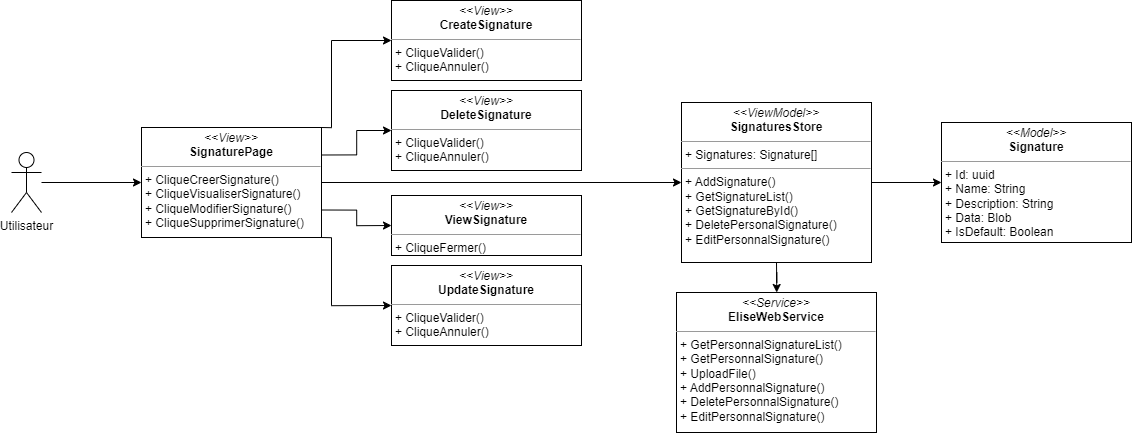
This is images_pfe/dcc_spint2.png from PFE-Neoledge-2023/rapport, a draw.io export, as it was before one commit. Source tidied: cells renumbered, new cells last; positions are measured from the earlier drawing's top-left corner, leaving out a move shared by most shapes.
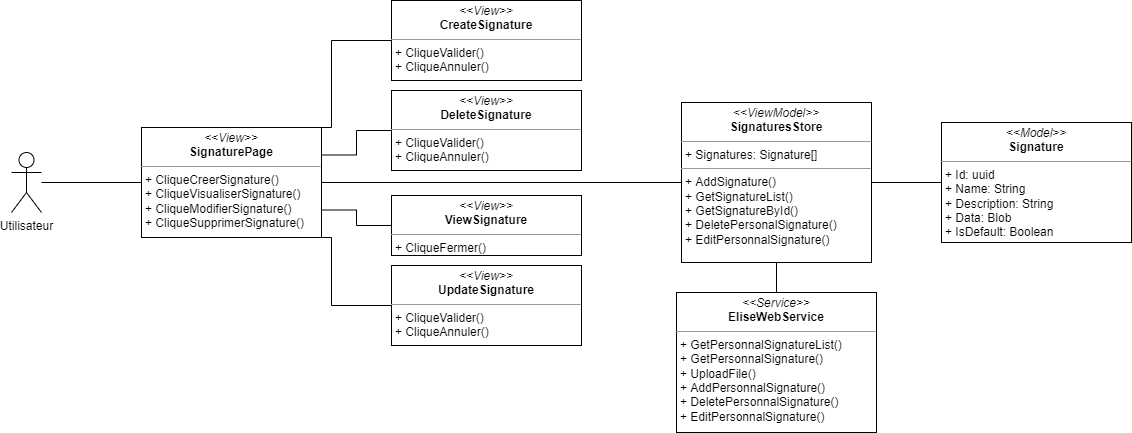
The same diagram one commit later.

The edit, as a diff of the source:
```diff
@@ -2,19 +2,19 @@
   <root>
     <mxCell id="0" />
     <mxCell id="1" parent="0" />
-    <mxCell id="2" style="edgeStyle=orthogonalEdgeStyle;rounded=0;jettySize=auto;html=1;entryX=0;entryY=0.5;entryDx=0;entryDy=0;" parent="1" edge="1" source="3" target="9">
+    <mxCell id="2" style="edgeStyle=orthogonalEdgeStyle;rounded=0;jettySize=auto;html=1;entryX=0;entryY=0.5;entryDx=0;entryDy=0;endArrow=none;endFill=0;" parent="1" edge="1" source="3" target="9">
       <mxGeometry relative="1" as="geometry" />
     </mxCell>
     <mxCell id="3" value="Utilisateur" style="shape=umlActor;verticalLabelPosition=bottom;verticalAlign=top;html=1;outlineConnect=0;" parent="1" vertex="1">
       <mxGeometry y="152" width="30" height="60" as="geometry" />
     </mxCell>
-    <mxCell id="4" style="edgeStyle=orthogonalEdgeStyle;rounded=0;jettySize=auto;html=1;entryX=0;entryY=0.5;entryDx=0;entryDy=0;startArrow=none;startFill=0;" parent="1" edge="1" source="9" target="11">
+    <mxCell id="4" style="edgeStyle=orthogonalEdgeStyle;rounded=0;jettySize=auto;html=1;entryX=0;entryY=0.5;entryDx=0;entryDy=0;startArrow=none;startFill=0;endArrow=none;endFill=0;" parent="1" edge="1" source="9" target="11">
       <mxGeometry relative="1" as="geometry" />
     </mxCell>
-    <mxCell id="5" style="edgeStyle=orthogonalEdgeStyle;html=1;exitX=1;exitY=0.25;exitDx=0;exitDy=0;entryX=0;entryY=0.5;entryDx=0;entryDy=0;startArrow=none;startFill=0;endArrow=classic;endFill=1;rounded=0;" parent="1" edge="1" source="9" target="14">
+    <mxCell id="5" style="edgeStyle=orthogonalEdgeStyle;html=1;exitX=1;exitY=0.25;exitDx=0;exitDy=0;entryX=0;entryY=0.5;entryDx=0;entryDy=0;startArrow=none;startFill=0;endArrow=none;endFill=0;rounded=0;" parent="1" edge="1" source="9" target="14">
       <mxGeometry relative="1" as="geometry" />
     </mxCell>
-    <mxCell id="6" style="edgeStyle=orthogonalEdgeStyle;rounded=0;html=1;exitX=1;exitY=0;exitDx=0;exitDy=0;entryX=0;entryY=0.5;entryDx=0;entryDy=0;startArrow=none;startFill=0;endArrow=classic;endFill=1;" parent="1" edge="1" source="9" target="12">
+    <mxCell id="6" style="edgeStyle=orthogonalEdgeStyle;rounded=0;html=1;exitX=1;exitY=0;exitDx=0;exitDy=0;entryX=0;entryY=0.5;entryDx=0;entryDy=0;startArrow=none;startFill=0;endArrow=none;endFill=0;" parent="1" edge="1" source="9" target="12">
       <mxGeometry relative="1" as="geometry">
         <Array as="points">
           <mxPoint x="320" y="127" />
@@ -22,10 +22,10 @@
         </Array>
       </mxGeometry>
     </mxCell>
-    <mxCell id="7" style="edgeStyle=orthogonalEdgeStyle;rounded=0;html=1;exitX=1;exitY=0.75;exitDx=0;exitDy=0;entryX=0;entryY=0.5;entryDx=0;entryDy=0;startArrow=none;startFill=0;endArrow=classic;endFill=1;" parent="1" edge="1" source="9" target="15">
+    <mxCell id="7" style="edgeStyle=orthogonalEdgeStyle;rounded=0;html=1;exitX=1;exitY=0.75;exitDx=0;exitDy=0;entryX=0;entryY=0.5;entryDx=0;entryDy=0;startArrow=none;startFill=0;endArrow=none;endFill=0;" parent="1" edge="1" source="9" target="15">
       <mxGeometry relative="1" as="geometry" />
     </mxCell>
-    <mxCell id="8" style="edgeStyle=orthogonalEdgeStyle;rounded=0;html=1;exitX=1;exitY=1;exitDx=0;exitDy=0;entryX=0;entryY=0.5;entryDx=0;entryDy=0;startArrow=none;startFill=0;endArrow=classic;endFill=1;" parent="1" edge="1" source="9" target="13">
+    <mxCell id="8" style="edgeStyle=orthogonalEdgeStyle;rounded=0;html=1;exitX=1;exitY=1;exitDx=0;exitDy=0;entryX=0;entryY=0.5;entryDx=0;entryDy=0;startArrow=none;startFill=0;endArrow=none;endFill=0;" parent="1" edge="1" source="9" target="13">
       <mxGeometry relative="1" as="geometry">
         <Array as="points">
           <mxPoint x="320" y="237" />
@@ -36,7 +36,7 @@
     <mxCell id="9" value="&lt;p style=&quot;margin:0px;margin-top:4px;text-align:center;&quot;&gt;&lt;i&gt;&amp;lt;&amp;lt;View&amp;gt;&amp;gt;&lt;/i&gt;&lt;br&gt;&lt;b&gt;SignaturePage&lt;/b&gt;&lt;br&gt;&lt;/p&gt;&lt;hr style=&quot;border-color: var(--border-color);&quot; size=&quot;1&quot;&gt;&lt;p style=&quot;border-color: var(--border-color); margin: 0px 0px 0px 4px;&quot;&gt;+ CliqueCreerSignature()&lt;/p&gt;&lt;p style=&quot;border-color: var(--border-color); margin: 0px 0px 0px 4px;&quot;&gt;+ CliqueVisualiserSignature()&lt;/p&gt;&lt;p style=&quot;border-color: var(--border-color); margin: 0px 0px 0px 4px;&quot;&gt;+ CliqueModifierSignature()&lt;/p&gt;&lt;p style=&quot;border-color: var(--border-color); margin: 0px 0px 0px 4px;&quot;&gt;+ CliqueSupprimerSignature()&lt;/p&gt;" style="verticalAlign=top;align=left;overflow=fill;fontSize=12;fontFamily=Helvetica;html=1;whiteSpace=wrap;" parent="1" vertex="1">
       <mxGeometry x="130" y="127" width="180" height="110" as="geometry" />
     </mxCell>
-    <mxCell id="10" style="edgeStyle=orthogonalEdgeStyle;rounded=0;jettySize=auto;html=1;startArrow=none;startFill=0;" parent="1" edge="1" source="11" target="16">
+    <mxCell id="10" style="edgeStyle=orthogonalEdgeStyle;rounded=0;jettySize=auto;html=1;startArrow=none;startFill=0;endArrow=none;endFill=0;" parent="1" edge="1" source="11" target="16">
       <mxGeometry relative="1" as="geometry" />
     </mxCell>
     <mxCell id="11" value="&lt;p style=&quot;margin:0px;margin-top:4px;text-align:center;&quot;&gt;&lt;i&gt;&amp;lt;&amp;lt;ViewModel&amp;gt;&amp;gt;&lt;/i&gt;&lt;br&gt;&lt;b&gt;SignaturesStore&lt;/b&gt;&lt;/p&gt;&lt;hr size=&quot;1&quot;&gt;&lt;p style=&quot;margin:0px;margin-left:4px;&quot;&gt;+ Signatures: Signature[]&lt;br&gt;&lt;/p&gt;&lt;hr size=&quot;1&quot;&gt;&lt;p style=&quot;margin:0px;margin-left:4px;&quot;&gt;+ AddSignature()&lt;/p&gt;&lt;p style=&quot;margin:0px;margin-left:4px;&quot;&gt;+ GetSignatureList()&lt;/p&gt;&lt;p style=&quot;margin: 0px 0px 0px 4px;&quot;&gt;+ GetSignatureById()&lt;/p&gt;&lt;p style=&quot;margin:0px;margin-left:4px;&quot;&gt;+ DeletePersonalSignature()&lt;/p&gt;&lt;p style=&quot;margin:0px;margin-left:4px;&quot;&gt;+ EditPersonnalSignature()&lt;/p&gt;" style="verticalAlign=top;align=left;overflow=fill;fontSize=12;fontFamily=Helvetica;html=1;whiteSpace=wrap;" parent="1" vertex="1">
@@ -57,7 +57,7 @@
     <mxCell id="16" value="&lt;p style=&quot;margin:0px;margin-top:4px;text-align:center;&quot;&gt;&lt;i&gt;&amp;lt;&amp;lt;Model&amp;gt;&amp;gt;&lt;/i&gt;&lt;br&gt;&lt;b&gt;Signature&lt;/b&gt;&lt;/p&gt;&lt;hr size=&quot;1&quot;&gt;&lt;p style=&quot;margin:0px;margin-left:4px;&quot;&gt;+ Id: uuid&lt;br&gt;&lt;/p&gt;&lt;p style=&quot;margin:0px;margin-left:4px;&quot;&gt;+ Name: String&lt;/p&gt;&lt;p style=&quot;margin:0px;margin-left:4px;&quot;&gt;+ Description: String&lt;/p&gt;&lt;p style=&quot;margin:0px;margin-left:4px;&quot;&gt;+ Data: Blob&lt;/p&gt;&lt;p style=&quot;margin:0px;margin-left:4px;&quot;&gt;+ IsDefault: Boolean&lt;/p&gt;" style="verticalAlign=top;align=left;overflow=fill;fontSize=12;fontFamily=Helvetica;html=1;whiteSpace=wrap;" parent="1" vertex="1">
       <mxGeometry x="930" y="122" width="190" height="120" as="geometry" />
     </mxCell>
-    <mxCell id="17" style="edgeStyle=orthogonalEdgeStyle;rounded=0;jettySize=auto;html=1;entryX=0.5;entryY=1;entryDx=0;entryDy=0;startArrow=classic;startFill=1;endArrow=none;endFill=0;" parent="1" edge="1" source="18" target="11">
+    <mxCell id="17" style="edgeStyle=orthogonalEdgeStyle;rounded=0;jettySize=auto;html=1;entryX=0.5;entryY=1;entryDx=0;entryDy=0;startArrow=none;startFill=0;endArrow=none;endFill=0;" parent="1" edge="1" source="18" target="11">
       <mxGeometry relative="1" as="geometry" />
     </mxCell>
     <mxCell id="18" value="&lt;p style=&quot;margin:0px;margin-top:4px;text-align:center;&quot;&gt;&lt;i&gt;&amp;lt;&amp;lt;Service&amp;gt;&amp;gt;&lt;/i&gt;&lt;br&gt;&lt;b&gt;EliseWebService&lt;/b&gt;&lt;/p&gt;&lt;hr size=&quot;1&quot;&gt;&lt;p style=&quot;margin:0px;margin-left:4px;&quot;&gt;&lt;/p&gt;&lt;p style=&quot;margin:0px;margin-left:4px;&quot;&gt;+ GetPersonnalSignatureList()&lt;/p&gt;&lt;p style=&quot;margin:0px;margin-left:4px;&quot;&gt;+ GetPersonnalSignature()&lt;/p&gt;&lt;p style=&quot;margin:0px;margin-left:4px;&quot;&gt;+ UploadFile()&lt;/p&gt;&lt;p style=&quot;margin:0px;margin-left:4px;&quot;&gt;+ AddPersonnalSignature()&lt;/p&gt;&lt;p style=&quot;margin:0px;margin-left:4px;&quot;&gt;+ DeletePersonnalSignature()&lt;/p&gt;&lt;p style=&quot;margin:0px;margin-left:4px;&quot;&gt;+ EditPersonnalSignature()&lt;br&gt;&lt;/p&gt;" style="verticalAlign=top;align=left;overflow=fill;fontSize=12;fontFamily=Helvetica;html=1;whiteSpace=wrap;" parent="1" vertex="1">
```
